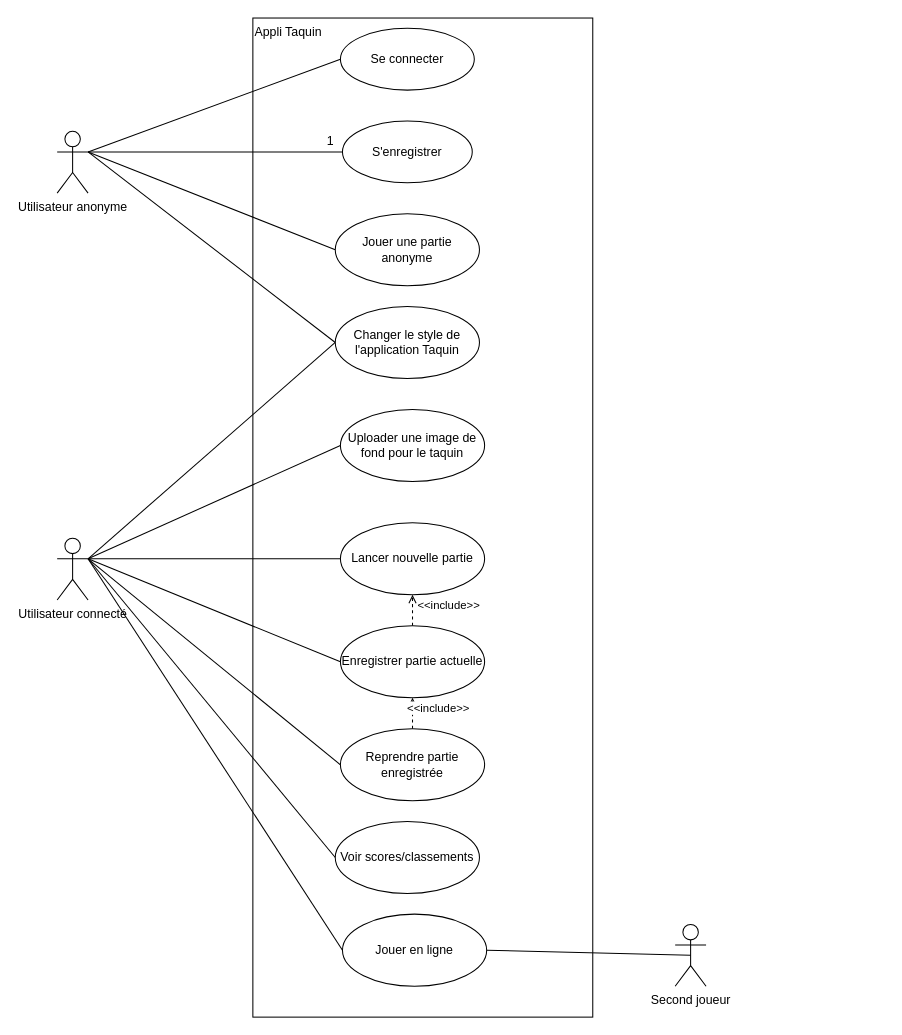
This is Diagramme_Cas_Utilisation.drawio from tiphainewo/Projet-Taquin, a draw.io file, before an edit. Source tidied: cells renumbered, new cells numbered last; positions are measured from the earlier drawing's top-left corner, leaving out a move shared by most shapes. Both pictures are drawn from the tidied source at 103%, with x=0, y=0 at pixel (57, 18).
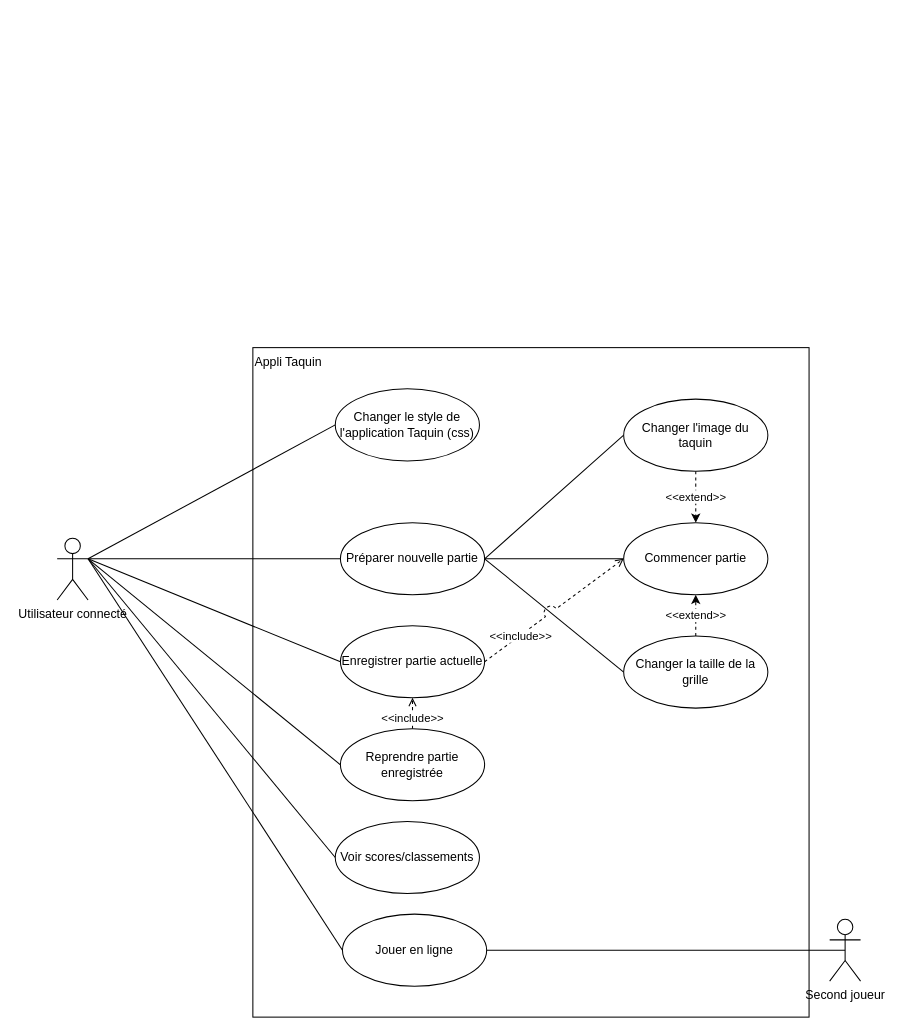
The same page after the edit.

Unchanged cells that the change refers to:
```xml
<mxCell id="12" value="Utilisateur connecté" style="shape=umlActor;verticalLabelPosition=bottom;verticalAlign=top;html=1;outlineConnect=0;" parent="1" vertex="1">
  <mxGeometry y="505" width="30" height="60" as="geometry" />
</mxCell>
<mxCell id="20" value="Enregistrer partie actuelle" style="ellipse;whiteSpace=wrap;html=1;align=center;" parent="1" vertex="1">
  <mxGeometry x="275" y="590" width="140" height="70" as="geometry" />
</mxCell>
<mxCell id="22" value="Reprendre partie enregistrée" style="ellipse;whiteSpace=wrap;html=1;align=center;" parent="1" vertex="1">
  <mxGeometry x="275" y="690" width="140" height="70" as="geometry" />
</mxCell>
```

What changed in the source:
```diff
@@
     <mxCell id="2" value="&lt;div&gt;Appli Taquin&lt;/div&gt;" style="html=1;align=left;verticalAlign=top;" parent="1" vertex="1">
-      <mxGeometry x="190" width="330" height="970" as="geometry" />
+      <mxGeometry x="190" y="320" width="540" height="650" as="geometry" />
     </mxCell>
-    <mxCell id="3" style="rounded=0;jettySize=auto;html=1;entryX=0;entryY=0.5;entryDx=0;entryDy=0;exitX=1;exitY=0.3333333333333333;exitDx=0;exitDy=0;exitPerimeter=0;endArrow=none;endFill=0;spacingLeft=0;" parent="1" edge="1" source="5" target="13">
-      <mxGeometry relative="1" as="geometry" />
-    </mxCell>
-    <mxCell id="4" style="rounded=0;jettySize=auto;html=1;exitX=1;exitY=0.3333333333333333;exitDx=0;exitDy=0;exitPerimeter=0;entryX=0;entryY=0.5;entryDx=0;entryDy=0;endArrow=none;endFill=0;" parent="1" edge="1" source="5" target="25">
-      <mxGeometry relative="1" as="geometry" />
-    </mxCell>
-    <mxCell id="5" value="Utilisateur anonyme" style="shape=umlActor;verticalLabelPosition=bottom;verticalAlign=top;html=1;outlineConnect=0;" parent="1" vertex="1">
-      <mxGeometry y="110" width="30" height="60" as="geometry" />
-    </mxCell>
@@
-    <mxCell id="7" style="rounded=0;jettySize=auto;html=1;exitX=1;exitY=0.3333333333333333;exitDx=0;exitDy=0;exitPerimeter=0;entryX=0;entryY=0.5;entryDx=0;entryDy=0;endArrow=none;endFill=0;" parent="1" edge="1" source="12" target="24">
+    <mxCell id="7" style="rounded=0;jettySize=auto;html=1;exitX=1;exitY=0.5;exitDx=0;exitDy=0;entryX=0;entryY=0.5;entryDx=0;entryDy=0;endArrow=none;endFill=0;" parent="1" edge="1" source="18" target="24">
       <mxGeometry relative="1" as="geometry" />
     </mxCell>
@@
-    <mxCell id="13" value="Se connecter" style="ellipse;whiteSpace=wrap;html=1;verticalAlign=middle;" parent="1" vertex="1">
-      <mxGeometry x="275" y="10" width="130" height="60" as="geometry" />
-    </mxCell>
-    <mxCell id="14" value="S'enregistrer" style="ellipse;whiteSpace=wrap;html=1;" parent="1" vertex="1">
-      <mxGeometry x="277" y="100" width="126" height="60" as="geometry" />
-    </mxCell>
-    <mxCell id="15" style="rounded=0;jettySize=auto;html=1;exitX=0;exitY=0.5;exitDx=0;exitDy=0;endArrow=none;endFill=0;" parent="1" edge="1" source="16">
-      <mxGeometry relative="1" as="geometry">
-        <mxPoint x="30" y="130" as="targetPoint" />
-      </mxGeometry>
-    </mxCell>
-    <mxCell id="16" value="Jouer une partie anonyme" style="ellipse;whiteSpace=wrap;html=1;" parent="1" vertex="1">
-      <mxGeometry x="270" y="190" width="140" height="70" as="geometry" />
-    </mxCell>
-    <mxCell id="17" style="rounded=0;jettySize=auto;html=1;endArrow=none;endFill=0;entryX=0;entryY=0.5;entryDx=0;entryDy=0;exitX=1;exitY=0.3333333333333333;exitDx=0;exitDy=0;exitPerimeter=0;" parent="1" edge="1" source="5" target="14">
-      <mxGeometry relative="1" as="geometry" />
-    </mxCell>
+    <mxCell id="31" style="edgeStyle=none;rounded=0;jettySize=auto;html=1;exitX=1;exitY=0.5;exitDx=0;exitDy=0;entryX=0;entryY=0.5;entryDx=0;entryDy=0;endArrow=none;endFill=0;targetPerimeterSpacing=6;" parent="1" edge="1" source="18" target="36">
+      <mxGeometry relative="1" as="geometry" />
+    </mxCell>
+    <mxCell id="32" style="edgeStyle=none;rounded=0;jettySize=auto;html=1;exitX=1;exitY=0.5;exitDx=0;exitDy=0;entryX=0;entryY=0.5;entryDx=0;entryDy=0;endArrow=none;endFill=0;targetPerimeterSpacing=6;" parent="1" edge="1" source="18" target="35">
+      <mxGeometry relative="1" as="geometry" />
+    </mxCell>
-    <mxCell id="18" value="&lt;div&gt;Lancer nouvelle partie&lt;br&gt;&lt;/div&gt;" style="ellipse;whiteSpace=wrap;html=1;align=center;" parent="1" vertex="1">
+    <mxCell id="18" value="&lt;div&gt;Préparer nouvelle partie&lt;br&gt;&lt;/div&gt;" style="ellipse;whiteSpace=wrap;html=1;align=center;" parent="1" vertex="1">
       <mxGeometry x="275" y="490" width="140" height="70" as="geometry" />
     </mxCell>
-    <mxCell id="19" value="&lt;div&gt;&amp;lt;&amp;lt;include&amp;gt;&amp;gt;&lt;/div&gt;" style="edgeStyle=none;rounded=0;jettySize=auto;html=1;exitX=0.5;exitY=0;exitDx=0;exitDy=0;entryX=0.5;entryY=1;entryDx=0;entryDy=0;endArrow=open;endFill=0;dashed=1;" parent="1" edge="1" source="20" target="18">
-      <mxGeometry x="0.33" y="-35" relative="1" as="geometry" />
+    <mxCell id="19" value="&lt;div&gt;&amp;lt;&amp;lt;include&amp;gt;&amp;gt;&lt;/div&gt;" style="edgeStyle=none;rounded=0;jettySize=auto;html=1;exitX=1;exitY=0.5;exitDx=0;exitDy=0;entryX=0;entryY=0.5;entryDx=0;entryDy=0;endArrow=open;endFill=0;dashed=1;jumpStyle=arc;jumpSize=13;" parent="1" edge="1" source="20" target="36">
+      <mxGeometry x="-0.49" y="-1" relative="1" as="geometry" />
     </mxCell>
@@
     <mxCell id="21" value="&amp;lt;&amp;lt;include&amp;gt;&amp;gt;" style="edgeStyle=none;rounded=0;jettySize=auto;html=1;exitX=0.5;exitY=0;exitDx=0;exitDy=0;entryX=0.5;entryY=1;entryDx=0;entryDy=0;dashed=1;endArrow=open;endFill=0;" parent="1" edge="1" source="22" target="20">
-      <mxGeometry x="0.33" y="-25" relative="1" as="geometry" />
+      <mxGeometry x="-0.33" relative="1" as="geometry" />
     </mxCell>
@@
+    <mxCell id="33" value="&amp;lt;&amp;lt;extend&amp;gt;&amp;gt;" style="edgeStyle=none;rounded=0;jumpStyle=arc;jumpSize=13;jettySize=auto;html=1;exitX=0.5;exitY=1;exitDx=0;exitDy=0;entryX=0.5;entryY=0;entryDx=0;entryDy=0;dashed=1;endArrow=classic;endFill=1;targetPerimeterSpacing=6;" parent="1" edge="1" source="24" target="36">
+      <mxGeometry relative="1" as="geometry" />
+    </mxCell>
-    <mxCell id="24" value="Uploader une image de fond pour le taquin" style="ellipse;whiteSpace=wrap;html=1;align=center;" parent="1" vertex="1">
-      <mxGeometry x="275" y="380" width="140" height="70" as="geometry" />
+    <mxCell id="24" value="Changer l'image du taquin" style="ellipse;whiteSpace=wrap;html=1;align=center;" parent="1" vertex="1">
+      <mxGeometry x="550" y="370" width="140" height="70" as="geometry" />
     </mxCell>
-    <mxCell id="25" value="Changer le style de l'application Taquin" style="ellipse;whiteSpace=wrap;html=1;align=center;" parent="1" vertex="1">
-      <mxGeometry x="270" y="280" width="140" height="70" as="geometry" />
+    <mxCell id="25" value="Changer le style de l'application Taquin (css)" style="ellipse;whiteSpace=wrap;html=1;align=center;" parent="1" vertex="1">
+      <mxGeometry x="270" y="360" width="140" height="70" as="geometry" />
     </mxCell>
-    <mxCell id="26" value="1" style="text;html=1;align=center;verticalAlign=middle;" parent="1" vertex="1">
-      <mxGeometry x="255" y="110" width="20" height="20" as="geometry" />
-    </mxCell>
@@
     <mxCell id="30" value="&lt;div&gt;Second joueur&lt;/div&gt;" style="shape=umlActor;verticalLabelPosition=bottom;verticalAlign=top;html=1;align=center;" parent="1" vertex="1">
-      <mxGeometry x="600" y="880" width="30" height="60" as="geometry" />
+      <mxGeometry x="750" y="875" width="30" height="60" as="geometry" />
     </mxCell>
+    <mxCell id="34" value="&amp;lt;&amp;lt;extend&amp;gt;&amp;gt;" style="edgeStyle=none;rounded=0;jumpStyle=arc;jumpSize=13;jettySize=auto;html=1;exitX=0.5;exitY=0;exitDx=0;exitDy=0;entryX=0.5;entryY=1;entryDx=0;entryDy=0;endArrow=classic;endFill=1;targetPerimeterSpacing=6;dashed=1;" parent="1" edge="1" source="35" target="36">
+      <mxGeometry relative="1" as="geometry" />
+    </mxCell>
+    <mxCell id="35" value="Changer la taille de la grille" style="ellipse;whiteSpace=wrap;html=1;align=center;" parent="1" vertex="1">
+      <mxGeometry x="550" y="600" width="140" height="70" as="geometry" />
+    </mxCell>
+    <mxCell id="36" value="Commencer partie" style="ellipse;whiteSpace=wrap;html=1;align=center;" parent="1" vertex="1">
+      <mxGeometry x="550" y="490" width="140" height="70" as="geometry" />
+    </mxCell>
```
